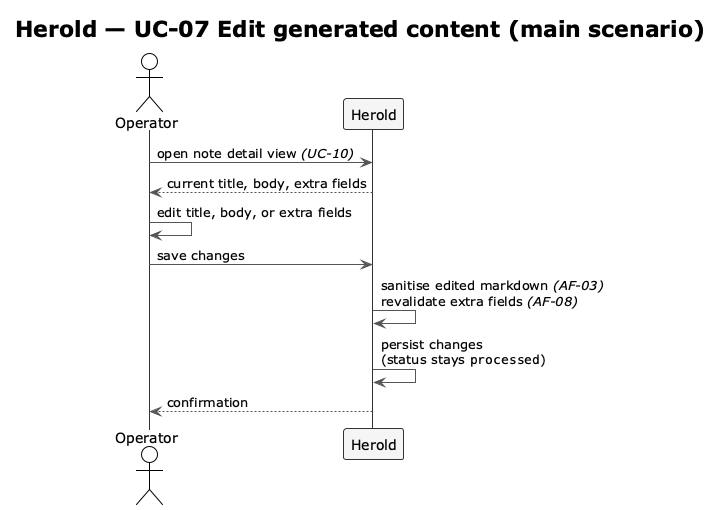
Earlier version of the PlantUML export docs/spec/diagrams-png/f2-uc07-edit-content.png (carstenlucke/herold).
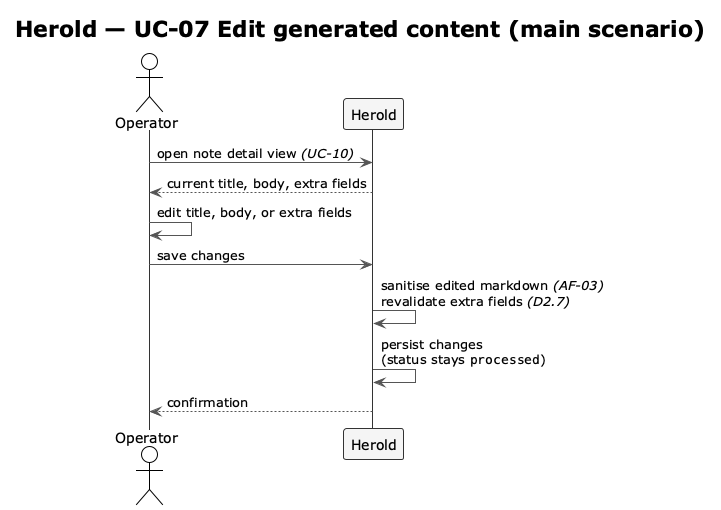
The same diagram one commit later.

What changed in the source:
```diff
@@ -18,7 +18,7 @@
 
 OP  ->  OP  : edit title, body, or extra fields
 OP  ->  SYS : save changes
-SYS ->  SYS : sanitise edited markdown //(AF-03)//\nrevalidate extra fields //(AF-08)//
+SYS ->  SYS : sanitise edited markdown //(AF-03)//\nrevalidate extra fields //(D2.7)//
 SYS ->  SYS : persist changes\n(status stays ""processed"")
 SYS --> OP  : confirmation
 
```
